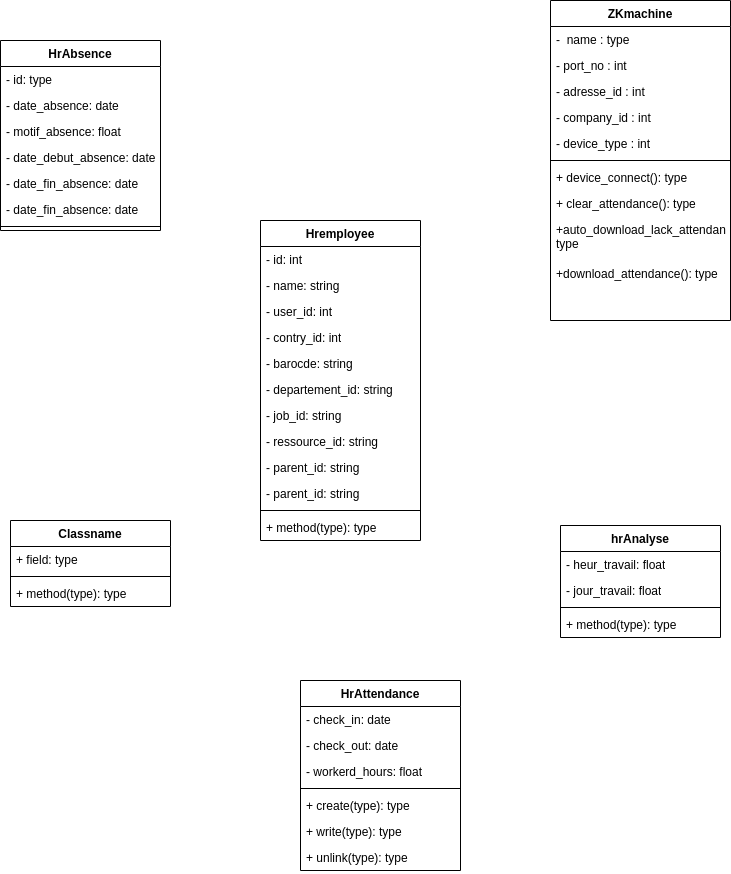
Above: static/Diagramme de classe.drawio.png in Siluearsene/borne_biometrique (draw.io), before the change. Source tidied: cells renumbered, new cells last; positions are measured from the earlier drawing's top-left corner, leaving out a move shared by most shapes.
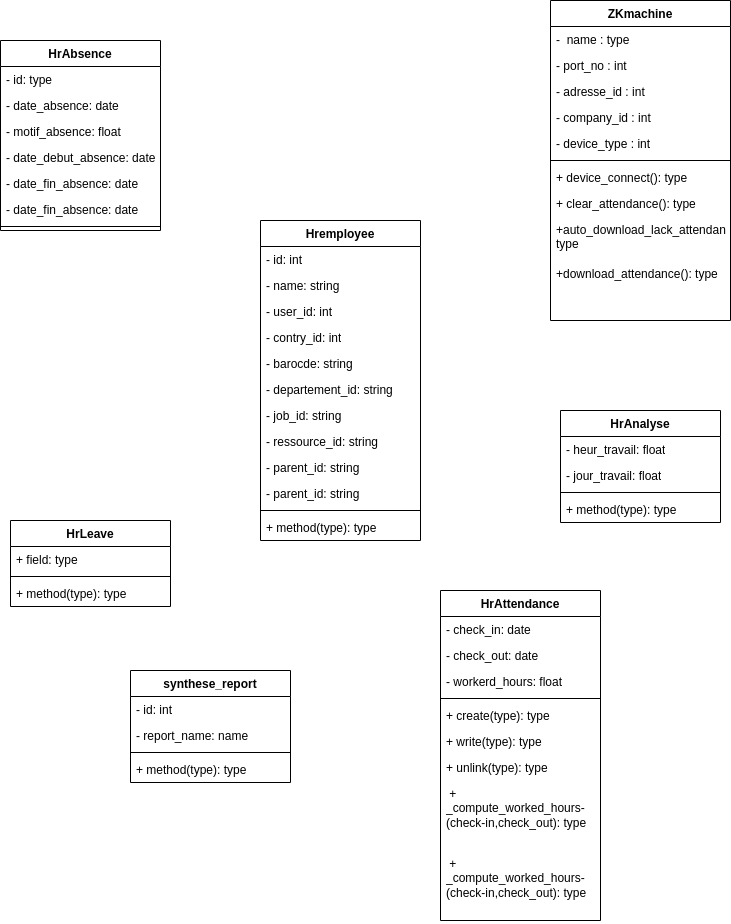
Above is the later version.

Commit message:
Mettre à jour Diagramme de classe.drawio.png

The edit, as a diff of the source:
```diff
@@ -59,7 +59,7 @@
     <mxCell id="20" value="+download_attendance&lt;span style=&quot;background-color: initial;&quot;&gt;(): type&lt;/span&gt;" style="text;strokeColor=none;fillColor=none;align=left;verticalAlign=top;spacingLeft=4;spacingRight=4;overflow=hidden;whiteSpace=wrap;html=1;" parent="10" vertex="1">
       <mxGeometry y="260" width="180" height="60" as="geometry" />
     </mxCell>
-    <mxCell id="21" value="Classname" style="swimlane;fontStyle=1;align=center;verticalAlign=top;horizontal=1;startSize=26;whiteSpace=wrap;html=1;" parent="1" vertex="1">
+    <mxCell id="21" value="HrLeave" style="swimlane;fontStyle=1;align=center;verticalAlign=top;horizontal=1;startSize=26;whiteSpace=wrap;html=1;" parent="1" vertex="1">
       <mxGeometry x="10" y="520" width="160" height="86" as="geometry" />
     </mxCell>
     <mxCell id="22" value="+ field: type" style="text;strokeColor=none;fillColor=none;align=left;verticalAlign=top;spacingLeft=4;spacingRight=4;overflow=hidden;whiteSpace=wrap;html=1;" parent="21" vertex="1">
@@ -71,8 +71,8 @@
     <mxCell id="24" value="+ method(type): type" style="text;strokeColor=none;fillColor=none;align=left;verticalAlign=top;spacingLeft=4;spacingRight=4;overflow=hidden;whiteSpace=wrap;html=1;" parent="21" vertex="1">
       <mxGeometry y="60" width="160" height="26" as="geometry" />
     </mxCell>
-    <mxCell id="25" value="hrAnalyse" style="swimlane;fontStyle=1;align=center;verticalAlign=top;horizontal=1;startSize=26;whiteSpace=wrap;html=1;" parent="1" vertex="1">
-      <mxGeometry x="560" y="525" width="160" height="112" as="geometry" />
+    <mxCell id="25" value="HrAnalyse" style="swimlane;fontStyle=1;align=center;verticalAlign=top;horizontal=1;startSize=26;whiteSpace=wrap;html=1;" parent="1" vertex="1">
+      <mxGeometry x="560" y="410" width="160" height="112" as="geometry" />
     </mxCell>
     <mxCell id="26" value="- heur_travail: float" style="text;strokeColor=none;fillColor=none;align=left;verticalAlign=top;spacingLeft=4;spacingRight=4;overflow=hidden;whiteSpace=wrap;html=1;" parent="25" vertex="1">
       <mxGeometry y="26" width="160" height="26" as="geometry" />
@@ -126,7 +126,7 @@
       <mxGeometry y="294" width="160" height="26" as="geometry" />
     </mxCell>
     <mxCell id="43" value="HrAttendance" style="swimlane;fontStyle=1;align=center;verticalAlign=top;horizontal=1;startSize=26;whiteSpace=wrap;html=1;" parent="1" vertex="1">
-      <mxGeometry x="300" y="680" width="160" height="190" as="geometry" />
+      <mxGeometry x="440" y="590" width="160" height="330" as="geometry" />
     </mxCell>
     <mxCell id="44" value="- check_in: date" style="text;strokeColor=none;fillColor=none;align=left;verticalAlign=top;spacingLeft=4;spacingRight=4;overflow=hidden;whiteSpace=wrap;html=1;" parent="43" vertex="1">
       <mxGeometry y="26" width="160" height="26" as="geometry" />
@@ -149,5 +149,26 @@
     <mxCell id="50" value="+ unlink(type): type" style="text;strokeColor=none;fillColor=none;align=left;verticalAlign=top;spacingLeft=4;spacingRight=4;overflow=hidden;whiteSpace=wrap;html=1;" parent="43" vertex="1">
       <mxGeometry y="164" width="160" height="26" as="geometry" />
     </mxCell>
+    <mxCell id="51" value="&amp;nbsp;+&amp;nbsp;&lt;br&gt;_compute_worked_hours-(check-in,check_out): type" style="text;strokeColor=none;fillColor=none;align=left;verticalAlign=top;spacingLeft=4;spacingRight=4;overflow=hidden;whiteSpace=wrap;html=1;" parent="43" vertex="1">
+      <mxGeometry y="190" width="160" height="70" as="geometry" />
+    </mxCell>
+    <mxCell id="52" value="&amp;nbsp;+&amp;nbsp;&lt;br&gt;_compute_worked_hours-(check-in,check_out): type" style="text;strokeColor=none;fillColor=none;align=left;verticalAlign=top;spacingLeft=4;spacingRight=4;overflow=hidden;whiteSpace=wrap;html=1;" parent="43" vertex="1">
+      <mxGeometry y="260" width="160" height="70" as="geometry" />
+    </mxCell>
+    <mxCell id="53" value="synthese_report" style="swimlane;fontStyle=1;align=center;verticalAlign=top;horizontal=1;startSize=26;whiteSpace=wrap;html=1;" parent="1" vertex="1">
+      <mxGeometry x="130" y="670" width="160" height="112" as="geometry" />
+    </mxCell>
+    <mxCell id="54" value="- id: int" style="text;strokeColor=none;fillColor=none;align=left;verticalAlign=top;spacingLeft=4;spacingRight=4;overflow=hidden;whiteSpace=wrap;html=1;" parent="53" vertex="1">
+      <mxGeometry y="26" width="160" height="26" as="geometry" />
+    </mxCell>
+    <mxCell id="55" value="- report_name: name" style="text;strokeColor=none;fillColor=none;align=left;verticalAlign=top;spacingLeft=4;spacingRight=4;overflow=hidden;whiteSpace=wrap;html=1;" parent="53" vertex="1">
+      <mxGeometry y="52" width="160" height="26" as="geometry" />
+    </mxCell>
+    <mxCell id="56" style="line;strokeWidth=1;fillColor=none;align=left;verticalAlign=middle;spacingTop=-1;spacingLeft=3;spacingRight=3;labelPosition=right;strokeColor=inherit;" parent="53" vertex="1">
+      <mxGeometry y="78" width="160" height="8" as="geometry" />
+    </mxCell>
+    <mxCell id="57" value="+ method(type): type" style="text;strokeColor=none;fillColor=none;align=left;verticalAlign=top;spacingLeft=4;spacingRight=4;overflow=hidden;whiteSpace=wrap;html=1;" parent="53" vertex="1">
+      <mxGeometry y="86" width="160" height="26" as="geometry" />
+    </mxCell>
   </root>
 </mxGraphModel>
```
